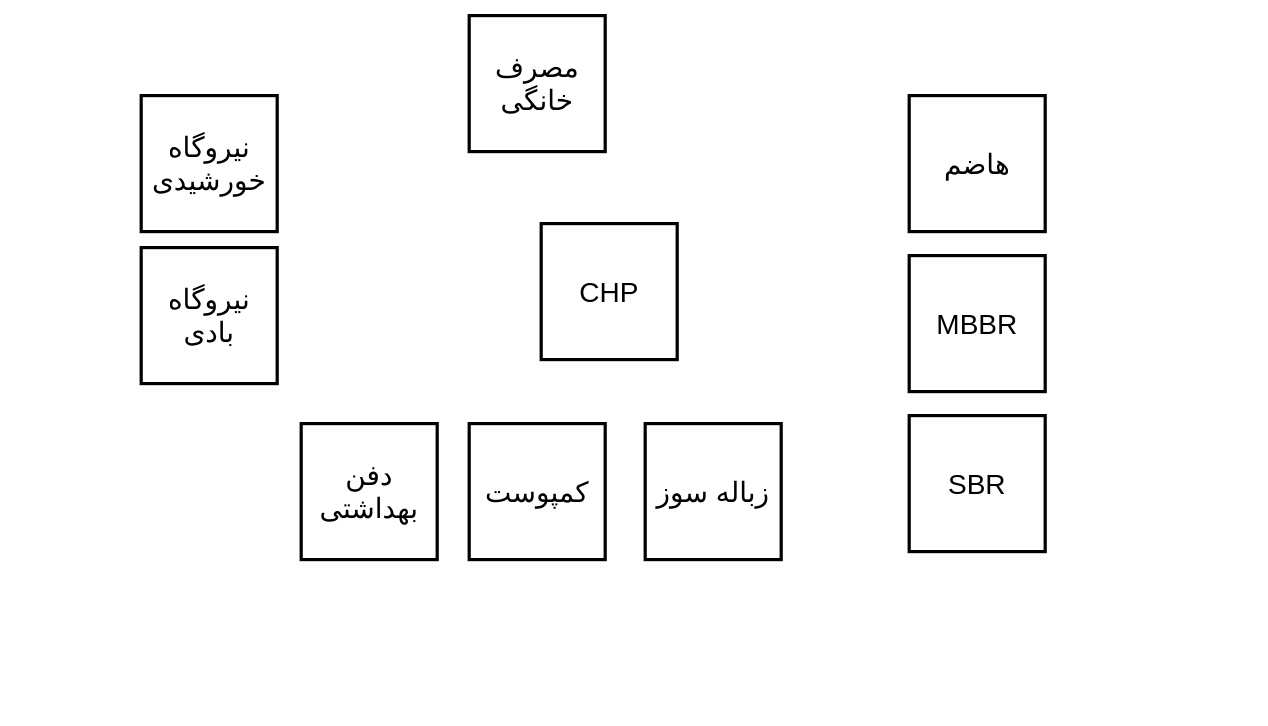
Above: waste.drawio in amirsarikhani/NEST (draw.io), before the change. Source tidied: cells renumbered, new cells numbered last; positions are measured from the earlier drawing's top-left corner, leaving out a move shared by most shapes. Both pictures are drawn from the tidied source at 80%, with x=0, y=0 at pixel (141, 15).
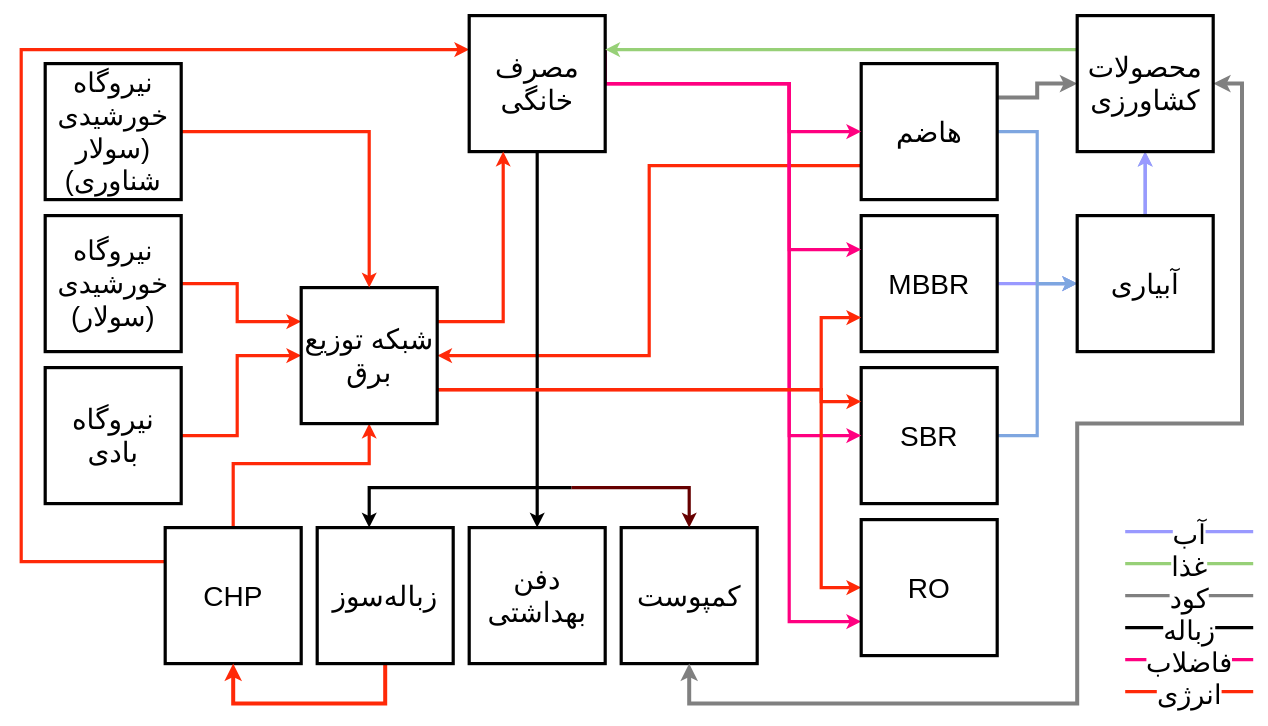
The same page after the edit.

The change refers to these unchanged cells:
```xml
<mxCell id="11" value="&lt;font face=&quot;b nazanin&quot;&gt;&lt;span style=&quot;font-size: 35px&quot;&gt;مصرف خانگی&lt;/span&gt;&lt;/font&gt;" style="whiteSpace=wrap;html=1;strokeWidth=4;align=center;textDirection=rtl;" parent="1" vertex="1">
  <mxGeometry x="410" width="170" height="170" as="geometry" />
</mxCell>
```

Change to the diagram source:
```diff
@@
+    <mxCell id="12" style="edgeStyle=orthogonalEdgeStyle;rounded=0;jettySize=auto;html=1;exitX=1;exitY=0.5;exitDx=0;exitDy=0;fontFamily=b nazanin;fontSize=35;strokeWidth=4;strokeColor=#FF2908;" parent="1" edge="1" source="2" target="39">
+      <mxGeometry relative="1" as="geometry">
+        <Array as="points">
+          <mxPoint x="120" y="525" />
+          <mxPoint x="120" y="425" />
+        </Array>
+      </mxGeometry>
+    </mxCell>
     <mxCell id="2" value="&lt;font face=&quot;b nazanin&quot; style=&quot;font-size: 35px&quot;&gt;نیروگاه بادی&lt;/font&gt;" style="whiteSpace=wrap;html=1;strokeWidth=4;align=center;textDirection=rtl;" parent="1" vertex="1">
-      <mxGeometry y="290" width="170" height="170" as="geometry" />
+      <mxGeometry x="-120" y="440" width="170" height="170" as="geometry" />
     </mxCell>
+    <mxCell id="13" style="edgeStyle=orthogonalEdgeStyle;rounded=0;jettySize=auto;html=1;exitX=0.5;exitY=0;exitDx=0;exitDy=0;entryX=0.5;entryY=1;entryDx=0;entryDy=0;fontFamily=b nazanin;fontSize=35;startArrow=none;startFill=0;strokeColor=#FF2908;strokeWidth=4;" parent="1" edge="1" source="3" target="39">
+      <mxGeometry relative="1" as="geometry">
+        <Array as="points">
+          <mxPoint x="115" y="560" />
+          <mxPoint x="285" y="560" />
+        </Array>
+      </mxGeometry>
+    </mxCell>
+    <mxCell id="14" style="edgeStyle=orthogonalEdgeStyle;rounded=0;jettySize=auto;html=1;exitX=0;exitY=0.25;exitDx=0;exitDy=0;entryX=0;entryY=0.25;entryDx=0;entryDy=0;fontFamily=b nazanin;fontSize=35;startArrow=none;startFill=0;strokeColor=#FF2908;strokeWidth=4;" parent="1" edge="1" source="3" target="11">
+      <mxGeometry relative="1" as="geometry">
+        <Array as="points">
+          <mxPoint x="-150" y="683" />
+          <mxPoint x="-150" y="43" />
+        </Array>
+      </mxGeometry>
+    </mxCell>
     <mxCell id="3" value="&lt;font face=&quot;b nazanin&quot;&gt;&lt;span style=&quot;font-size: 35px&quot;&gt;CHP&lt;/span&gt;&lt;/font&gt;" style="whiteSpace=wrap;html=1;strokeWidth=4;align=center;textDirection=rtl;" parent="1" vertex="1">
-      <mxGeometry x="500" y="260" width="170" height="170" as="geometry" />
+      <mxGeometry x="30" y="640" width="170" height="170" as="geometry" />
     </mxCell>
+    <mxCell id="15" style="edgeStyle=orthogonalEdgeStyle;rounded=0;jettySize=auto;html=1;exitX=1;exitY=0.5;exitDx=0;exitDy=0;entryX=0;entryY=0.25;entryDx=0;entryDy=0;fontFamily=b nazanin;fontSize=35;strokeWidth=4;strokeColor=#FF2908;" parent="1" edge="1" source="4" target="39">
+      <mxGeometry relative="1" as="geometry">
+        <Array as="points">
+          <mxPoint x="120" y="335" />
+          <mxPoint x="120" y="383" />
+        </Array>
+      </mxGeometry>
+    </mxCell>
-    <mxCell id="4" value="&lt;font face=&quot;b nazanin&quot;&gt;&lt;span style=&quot;font-size: 35px&quot;&gt;نیروگاه خورشیدی&lt;/span&gt;&lt;/font&gt;" style="whiteSpace=wrap;html=1;strokeWidth=4;align=center;textDirection=rtl;" parent="1" vertex="1">
-      <mxGeometry y="100" width="170" height="170" as="geometry" />
+    <mxCell id="4" value="&lt;font face=&quot;b nazanin&quot; style=&quot;font-size: 34px&quot;&gt;نیروگاه خورشیدی (سولار)&lt;/font&gt;" style="whiteSpace=wrap;html=1;strokeWidth=4;align=center;textDirection=rtl;" parent="1" vertex="1">
+      <mxGeometry x="-120" y="250" width="170" height="170" as="geometry" />
     </mxCell>
-    <mxCell id="5" value="&lt;font face=&quot;b nazanin&quot;&gt;&lt;span style=&quot;font-size: 35px&quot;&gt;زباله سوز&lt;/span&gt;&lt;/font&gt;" style="whiteSpace=wrap;html=1;strokeWidth=4;align=center;textDirection=rtl;" parent="1" vertex="1">
-      <mxGeometry x="630" y="510" width="170" height="170" as="geometry" />
+    <mxCell id="5" value="&lt;span style=&quot;font-family: &amp;#34;b nazanin&amp;#34; ; font-size: 35px&quot;&gt;کمپوست&lt;/span&gt;" style="whiteSpace=wrap;html=1;strokeWidth=4;align=center;textDirection=rtl;" parent="1" vertex="1">
+      <mxGeometry x="600" y="640" width="170" height="170" as="geometry" />
     </mxCell>
+    <mxCell id="16" style="edgeStyle=orthogonalEdgeStyle;rounded=0;jettySize=auto;html=1;exitX=0.5;exitY=1;exitDx=0;exitDy=0;entryX=1;entryY=0.5;entryDx=0;entryDy=0;fontFamily=b nazanin;fontSize=35;strokeColor=#808080;strokeWidth=5;startArrow=classic;startFill=1;" parent="1" edge="1" source="5" target="34">
+      <mxGeometry relative="1" as="geometry">
+        <Array as="points">
+          <mxPoint x="685" y="860" />
+          <mxPoint x="1170" y="860" />
+          <mxPoint x="1170" y="510" />
+          <mxPoint x="1376" y="510" />
+          <mxPoint x="1376" y="85" />
+        </Array>
+      </mxGeometry>
+    </mxCell>
-    <mxCell id="6" value="&lt;font face=&quot;b nazanin&quot;&gt;&lt;span style=&quot;font-size: 35px&quot;&gt;کمپوست&lt;/span&gt;&lt;/font&gt;" style="whiteSpace=wrap;html=1;strokeWidth=4;align=center;textDirection=rtl;" parent="1" vertex="1">
-      <mxGeometry x="410" y="510" width="170" height="170" as="geometry" />
+    <mxCell id="6" value="&lt;span style=&quot;font-family: &amp;#34;b nazanin&amp;#34; ; font-size: 35px&quot;&gt;دفن بهداشتی&lt;/span&gt;" style="whiteSpace=wrap;html=1;strokeWidth=4;align=center;textDirection=rtl;" parent="1" vertex="1">
+      <mxGeometry x="410" y="640" width="170" height="170" as="geometry" />
     </mxCell>
+    <mxCell id="17" style="edgeStyle=orthogonalEdgeStyle;rounded=0;jettySize=auto;html=1;exitX=1;exitY=0.5;exitDx=0;exitDy=0;entryX=0;entryY=0.5;entryDx=0;entryDy=0;fontFamily=b nazanin;fontSize=35;strokeColor=#7EA6E0;strokeWidth=4;" parent="1" edge="1" source="7" target="32">
+      <mxGeometry relative="1" as="geometry" />
+    </mxCell>
+    <mxCell id="18" style="edgeStyle=orthogonalEdgeStyle;rounded=0;jettySize=auto;html=1;exitX=1;exitY=0.25;exitDx=0;exitDy=0;fontFamily=b nazanin;fontSize=35;strokeColor=#808080;strokeWidth=5;" parent="1" edge="1" source="7" target="34">
+      <mxGeometry relative="1" as="geometry" />
+    </mxCell>
+    <mxCell id="19" style="edgeStyle=orthogonalEdgeStyle;rounded=0;jettySize=auto;html=1;exitX=0;exitY=0.75;exitDx=0;exitDy=0;entryX=1;entryY=0.5;entryDx=0;entryDy=0;fontFamily=b nazanin;fontSize=35;startArrow=none;startFill=0;strokeColor=#FF2908;strokeWidth=4;" parent="1" edge="1" source="7" target="39">
+      <mxGeometry relative="1" as="geometry">
+        <Array as="points">
+          <mxPoint x="635" y="188" />
+          <mxPoint x="635" y="425" />
+        </Array>
+      </mxGeometry>
+    </mxCell>
     <mxCell id="7" value="&lt;font face=&quot;b nazanin&quot;&gt;&lt;span style=&quot;font-size: 35px&quot;&gt;هاضم&lt;/span&gt;&lt;/font&gt;" style="whiteSpace=wrap;html=1;strokeWidth=4;align=center;textDirection=rtl;" parent="1" vertex="1">
-      <mxGeometry x="960" y="100" width="170" height="170" as="geometry" />
+      <mxGeometry x="900" y="60" width="170" height="170" as="geometry" />
     </mxCell>
+    <mxCell id="20" style="edgeStyle=orthogonalEdgeStyle;rounded=0;jettySize=auto;html=1;exitX=0.5;exitY=1;exitDx=0;exitDy=0;entryX=0.5;entryY=1;entryDx=0;entryDy=0;fontFamily=b nazanin;fontSize=35;strokeColor=#FF2908;strokeWidth=5;" parent="1" edge="1" source="8" target="3">
+      <mxGeometry relative="1" as="geometry">
+        <Array as="points">
+          <mxPoint x="285" y="860" />
+          <mxPoint x="75" y="860" />
+        </Array>
+      </mxGeometry>
+    </mxCell>
-    <mxCell id="8" value="&lt;font face=&quot;b nazanin&quot;&gt;&lt;span style=&quot;font-size: 35px&quot;&gt;دفن بهداشتی&lt;/span&gt;&lt;/font&gt;" style="whiteSpace=wrap;html=1;strokeWidth=4;align=center;textDirection=rtl;" parent="1" vertex="1">
-      <mxGeometry x="200" y="510" width="170" height="170" as="geometry" />
+    <mxCell id="8" value="&lt;span style=&quot;font-family: &amp;#34;b nazanin&amp;#34; ; font-size: 35px&quot;&gt;زباله‌سوز&lt;/span&gt;" style="whiteSpace=wrap;html=1;strokeWidth=4;align=center;textDirection=rtl;" parent="1" vertex="1">
+      <mxGeometry x="220" y="640" width="170" height="170" as="geometry" />
     </mxCell>
+    <mxCell id="21" style="edgeStyle=orthogonalEdgeStyle;rounded=0;jettySize=auto;html=1;exitX=1;exitY=0.5;exitDx=0;exitDy=0;entryX=0;entryY=0.5;entryDx=0;entryDy=0;fontFamily=b nazanin;fontSize=35;startArrow=none;startFill=0;strokeColor=#9999FF;strokeWidth=4;" parent="1" edge="1" source="9" target="32">
+      <mxGeometry relative="1" as="geometry" />
+    </mxCell>
     <mxCell id="9" value="&lt;font face=&quot;b nazanin&quot;&gt;&lt;span style=&quot;font-size: 35px&quot;&gt;MBBR&lt;/span&gt;&lt;/font&gt;" style="whiteSpace=wrap;html=1;strokeWidth=4;align=center;textDirection=rtl;" parent="1" vertex="1">
-      <mxGeometry x="960" y="300" width="170" height="170" as="geometry" />
+      <mxGeometry x="900" y="250" width="170" height="170" as="geometry" />
     </mxCell>
+    <mxCell id="22" style="edgeStyle=orthogonalEdgeStyle;rounded=0;jettySize=auto;html=1;exitX=1;exitY=0.5;exitDx=0;exitDy=0;entryX=0;entryY=0.5;entryDx=0;entryDy=0;fontFamily=b nazanin;fontSize=35;strokeColor=#7EA6E0;strokeWidth=4;" parent="1" edge="1" source="10" target="32">
+      <mxGeometry relative="1" as="geometry" />
+    </mxCell>
     <mxCell id="10" value="&lt;font face=&quot;b nazanin&quot;&gt;&lt;span style=&quot;font-size: 35px&quot;&gt;SBR&lt;/span&gt;&lt;/font&gt;" style="whiteSpace=wrap;html=1;strokeWidth=4;align=center;textDirection=rtl;" parent="1" vertex="1">
-      <mxGeometry x="960" y="500" width="170" height="170" as="geometry" />
+      <mxGeometry x="900" y="440" width="170" height="170" as="geometry" />
     </mxCell>
+    <mxCell id="23" style="edgeStyle=orthogonalEdgeStyle;rounded=0;jettySize=auto;html=1;exitX=1;exitY=0.25;exitDx=0;exitDy=0;entryX=0;entryY=0.5;entryDx=0;entryDy=0;fontFamily=b nazanin;fontSize=35;fillColor=#76608a;strokeColor=#FF0080;strokeWidth=4;" parent="1" edge="1" source="11" target="7">
+      <mxGeometry relative="1" as="geometry">
+        <Array as="points">
+          <mxPoint x="580" y="85" />
+          <mxPoint x="810" y="85" />
+          <mxPoint x="810" y="145" />
+        </Array>
+      </mxGeometry>
+    </mxCell>
+    <mxCell id="24" style="edgeStyle=orthogonalEdgeStyle;rounded=0;jettySize=auto;html=1;fontFamily=b nazanin;fontSize=35;strokeWidth=4;" parent="1" edge="1" target="8">
+      <mxGeometry relative="1" as="geometry">
+        <mxPoint x="538" y="590" as="sourcePoint" />
+        <Array as="points">
+          <mxPoint x="538" y="590" />
+          <mxPoint x="285" y="590" />
+        </Array>
+      </mxGeometry>
+    </mxCell>
+    <mxCell id="25" style="edgeStyle=orthogonalEdgeStyle;rounded=0;jettySize=auto;html=1;exitX=1;exitY=0.5;exitDx=0;exitDy=0;entryX=0;entryY=0.5;entryDx=0;entryDy=0;fontFamily=b nazanin;fontSize=35;startArrow=none;startFill=0;strokeColor=#FF0080;strokeWidth=4;" parent="1" edge="1" source="11" target="10">
+      <mxGeometry relative="1" as="geometry">
+        <Array as="points">
+          <mxPoint x="810" y="85" />
+          <mxPoint x="810" y="525" />
+        </Array>
+      </mxGeometry>
+    </mxCell>
+    <mxCell id="26" style="edgeStyle=orthogonalEdgeStyle;rounded=0;jettySize=auto;html=1;entryX=0.5;entryY=0;entryDx=0;entryDy=0;fontFamily=b nazanin;fontSize=35;startArrow=none;startFill=0;strokeColor=#660000;strokeWidth=4;" parent="1" edge="1" target="5">
+      <mxGeometry relative="1" as="geometry">
+        <mxPoint x="538" y="590" as="sourcePoint" />
+        <Array as="points">
+          <mxPoint x="685" y="590" />
+        </Array>
+      </mxGeometry>
+    </mxCell>
+    <mxCell id="27" style="edgeStyle=orthogonalEdgeStyle;rounded=0;jettySize=auto;html=1;fontFamily=b nazanin;fontSize=35;startArrow=none;startFill=0;strokeColor=#000000;strokeWidth=4;entryX=0.5;entryY=0;entryDx=0;entryDy=0;exitX=0.5;exitY=1;exitDx=0;exitDy=0;" parent="1" edge="1" source="11" target="6">
+      <mxGeometry relative="1" as="geometry">
+        <Array as="points">
+          <mxPoint x="495" y="460" />
+          <mxPoint x="495" y="460" />
+        </Array>
+      </mxGeometry>
+    </mxCell>
+    <mxCell id="28" style="edgeStyle=orthogonalEdgeStyle;rounded=0;jettySize=auto;html=1;exitX=1;exitY=0.5;exitDx=0;exitDy=0;entryX=0;entryY=0.75;entryDx=0;entryDy=0;fontFamily=b nazanin;fontSize=35;startArrow=none;startFill=0;strokeColor=#FF0080;strokeWidth=4;" parent="1" edge="1" source="11" target="40">
+      <mxGeometry relative="1" as="geometry">
+        <Array as="points">
+          <mxPoint x="810" y="85" />
+          <mxPoint x="810" y="758" />
+        </Array>
+      </mxGeometry>
+    </mxCell>
+    <mxCell id="29" style="edgeStyle=orthogonalEdgeStyle;rounded=0;jettySize=auto;html=1;exitX=1;exitY=0.5;exitDx=0;exitDy=0;entryX=0;entryY=0.25;entryDx=0;entryDy=0;fontFamily=b nazanin;fontSize=35;startArrow=none;startFill=0;strokeColor=#FF0080;strokeWidth=4;" parent="1" edge="1" source="11" target="9">
+      <mxGeometry relative="1" as="geometry">
+        <Array as="points">
+          <mxPoint x="810" y="85" />
+          <mxPoint x="810" y="293" />
+        </Array>
+      </mxGeometry>
+    </mxCell>
@@
+    <mxCell id="30" style="edgeStyle=orthogonalEdgeStyle;rounded=0;jettySize=auto;html=1;entryX=0.5;entryY=1;entryDx=0;entryDy=0;fontFamily=b nazanin;fontSize=35;strokeColor=#7EA6E0;strokeWidth=4;exitX=0.5;exitY=0;exitDx=0;exitDy=0;" parent="1" edge="1" source="32" target="34">
+      <mxGeometry relative="1" as="geometry" />
+    </mxCell>
+    <mxCell id="31" style="edgeStyle=orthogonalEdgeStyle;rounded=0;jettySize=auto;html=1;fontFamily=b nazanin;fontSize=34;startArrow=none;startFill=0;strokeColor=#9999FF;strokeWidth=4;" parent="1" edge="1" source="32" target="34">
+      <mxGeometry relative="1" as="geometry" />
+    </mxCell>
+    <mxCell id="32" value="&lt;font face=&quot;b nazanin&quot;&gt;&lt;span style=&quot;font-size: 35px&quot;&gt;آبیاری&lt;/span&gt;&lt;/font&gt;" style="whiteSpace=wrap;html=1;strokeWidth=4;align=center;textDirection=rtl;" parent="1" vertex="1">
+      <mxGeometry x="1170" y="250" width="170" height="170" as="geometry" />
+    </mxCell>
+    <mxCell id="33" style="edgeStyle=orthogonalEdgeStyle;rounded=0;jettySize=auto;html=1;exitX=0;exitY=0.25;exitDx=0;exitDy=0;entryX=1;entryY=0.25;entryDx=0;entryDy=0;fontFamily=b nazanin;fontSize=35;strokeColor=#97D077;strokeWidth=4;" parent="1" edge="1" source="34" target="11">
+      <mxGeometry relative="1" as="geometry" />
+    </mxCell>
+    <mxCell id="34" value="&lt;font face=&quot;b nazanin&quot;&gt;&lt;span style=&quot;font-size: 35px&quot;&gt;محصولات کشاورزی&lt;/span&gt;&lt;/font&gt;" style="whiteSpace=wrap;html=1;strokeWidth=4;align=center;textDirection=rtl;" parent="1" vertex="1">
+      <mxGeometry x="1170" width="170" height="170" as="geometry" />
+    </mxCell>
+    <mxCell id="35" style="edgeStyle=orthogonalEdgeStyle;rounded=0;jettySize=auto;html=1;exitX=1;exitY=0.25;exitDx=0;exitDy=0;entryX=0.25;entryY=1;entryDx=0;entryDy=0;fontFamily=b nazanin;fontSize=35;startArrow=none;startFill=0;strokeColor=#FF2908;strokeWidth=4;" parent="1" edge="1" source="39" target="11">
+      <mxGeometry relative="1" as="geometry" />
+    </mxCell>
+    <mxCell id="36" style="edgeStyle=orthogonalEdgeStyle;rounded=0;jettySize=auto;html=1;exitX=1;exitY=0.75;exitDx=0;exitDy=0;fontFamily=b nazanin;fontSize=35;startArrow=none;startFill=0;strokeColor=#FF2908;strokeWidth=4;entryX=0;entryY=0.75;entryDx=0;entryDy=0;" parent="1" edge="1" source="39" target="9">
+      <mxGeometry relative="1" as="geometry">
+        <Array as="points">
+          <mxPoint x="850" y="468" />
+          <mxPoint x="850" y="378" />
+        </Array>
+      </mxGeometry>
+    </mxCell>
+    <mxCell id="37" style="edgeStyle=orthogonalEdgeStyle;rounded=0;jettySize=auto;html=1;exitX=1;exitY=0.75;exitDx=0;exitDy=0;entryX=0;entryY=0.25;entryDx=0;entryDy=0;fontFamily=b nazanin;fontSize=35;startArrow=none;startFill=0;strokeColor=#FF2908;strokeWidth=4;" parent="1" edge="1" source="39" target="10">
+      <mxGeometry relative="1" as="geometry">
+        <Array as="points">
+          <mxPoint x="850" y="468" />
+          <mxPoint x="850" y="483" />
+        </Array>
+      </mxGeometry>
+    </mxCell>
+    <mxCell id="38" style="edgeStyle=orthogonalEdgeStyle;rounded=0;jettySize=auto;html=1;exitX=1;exitY=0.75;exitDx=0;exitDy=0;entryX=0;entryY=0.5;entryDx=0;entryDy=0;fontFamily=b nazanin;fontSize=35;startArrow=none;startFill=0;strokeColor=#FF2908;strokeWidth=4;" parent="1" edge="1" source="39" target="40">
+      <mxGeometry relative="1" as="geometry">
+        <Array as="points">
+          <mxPoint x="850" y="468" />
+          <mxPoint x="850" y="715" />
+        </Array>
+      </mxGeometry>
+    </mxCell>
+    <mxCell id="39" value="&lt;font face=&quot;b nazanin&quot;&gt;&lt;span style=&quot;font-size: 35px&quot;&gt;شبکه توزیع برق&lt;/span&gt;&lt;/font&gt;" style="whiteSpace=wrap;html=1;strokeWidth=4;align=center;textDirection=rtl;" parent="1" vertex="1">
+      <mxGeometry x="200" y="340" width="170" height="170" as="geometry" />
+    </mxCell>
+    <mxCell id="40" value="&lt;font face=&quot;b nazanin&quot;&gt;&lt;span style=&quot;font-size: 35px&quot;&gt;RO&lt;/span&gt;&lt;/font&gt;" style="whiteSpace=wrap;html=1;strokeWidth=4;align=center;textDirection=rtl;" parent="1" vertex="1">
+      <mxGeometry x="900" y="630" width="170" height="170" as="geometry" />
+    </mxCell>
+    <mxCell id="41" style="edgeStyle=orthogonalEdgeStyle;rounded=0;jettySize=auto;html=1;exitX=1;exitY=0.5;exitDx=0;exitDy=0;fontFamily=b nazanin;fontSize=34;startArrow=none;startFill=0;strokeColor=#FF2908;strokeWidth=4;" parent="1" edge="1" source="42" target="39">
+      <mxGeometry relative="1" as="geometry" />
+    </mxCell>
+    <mxCell id="42" value="&lt;font face=&quot;b nazanin&quot; style=&quot;font-size: 34px&quot;&gt;نیروگاه خورشیدی (سولار شناوری)&lt;/font&gt;" style="whiteSpace=wrap;html=1;strokeWidth=4;align=center;textDirection=rtl;" parent="1" vertex="1">
+      <mxGeometry x="-120" y="60" width="170" height="170" as="geometry" />
+    </mxCell>
+    <mxCell id="43" value="آب" style="line;strokeWidth=4;html=1;fontFamily=b nazanin;fontSize=34;align=center;labelPosition=center;verticalLabelPosition=middle;verticalAlign=middle;strokeColor=#9999FF;" parent="1" vertex="1">
+      <mxGeometry x="1230" y="640" width="160" height="10" as="geometry" />
+    </mxCell>
+    <mxCell id="44" value="فاضلاب" style="line;strokeWidth=4;html=1;fontFamily=b nazanin;fontSize=34;align=center;labelPosition=center;verticalLabelPosition=middle;verticalAlign=middle;strokeColor=#FF0080;" parent="1" vertex="1">
+      <mxGeometry x="1230" y="800" width="160" height="10" as="geometry" />
+    </mxCell>
+    <mxCell id="45" value="زباله" style="line;strokeWidth=4;html=1;fontFamily=b nazanin;fontSize=34;align=center;labelPosition=center;verticalLabelPosition=middle;verticalAlign=middle;" parent="1" vertex="1">
+      <mxGeometry x="1230" y="760" width="160" height="10" as="geometry" />
+    </mxCell>
+    <mxCell id="46" value="غذا" style="line;strokeWidth=4;html=1;fontFamily=b nazanin;fontSize=34;align=center;labelPosition=center;verticalLabelPosition=middle;verticalAlign=middle;strokeColor=#97D077;" parent="1" vertex="1">
+      <mxGeometry x="1230" y="680" width="160" height="10" as="geometry" />
+    </mxCell>
+    <mxCell id="47" value="کود" style="line;strokeWidth=4;html=1;fontFamily=b nazanin;fontSize=34;align=center;labelPosition=center;verticalLabelPosition=middle;verticalAlign=middle;strokeColor=#808080;" parent="1" vertex="1">
+      <mxGeometry x="1230" y="720" width="160" height="10" as="geometry" />
+    </mxCell>
+    <mxCell id="48" value="انرژی" style="line;strokeWidth=4;html=1;fontFamily=b nazanin;fontSize=34;align=center;labelPosition=center;verticalLabelPosition=middle;verticalAlign=middle;strokeColor=#FF2908;" parent="1" vertex="1">
+      <mxGeometry x="1230" y="840" width="160" height="10" as="geometry" />
+    </mxCell>
```
